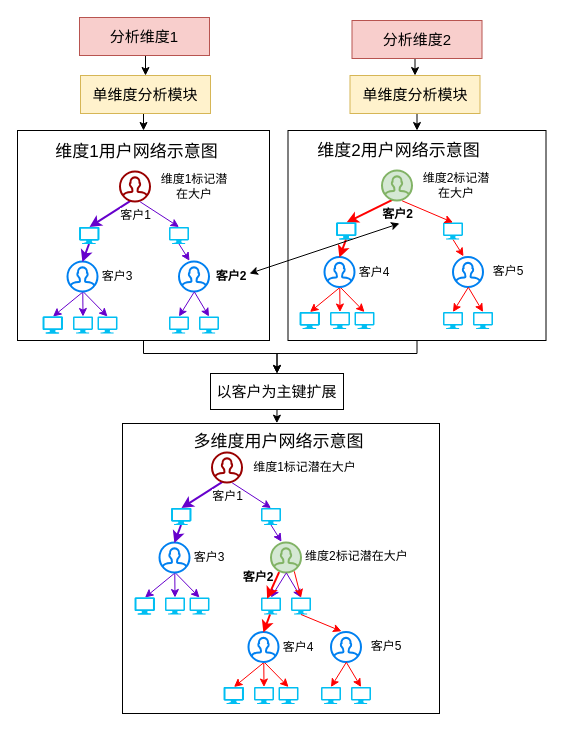
Before: page "多维度分析模块示意图" (4 of 4) of 大户模块和接口.drawio in 1009351456/Anonymous, a draw.io diagram. Source tidied: cells renumbered, new cells numbered last; positions are measured from the earlier drawing's top-left corner, leaving out a move shared by most shapes. Both pictures are drawn from the tidied source at 100%, with x=0, y=0 at pixel (17, 17).
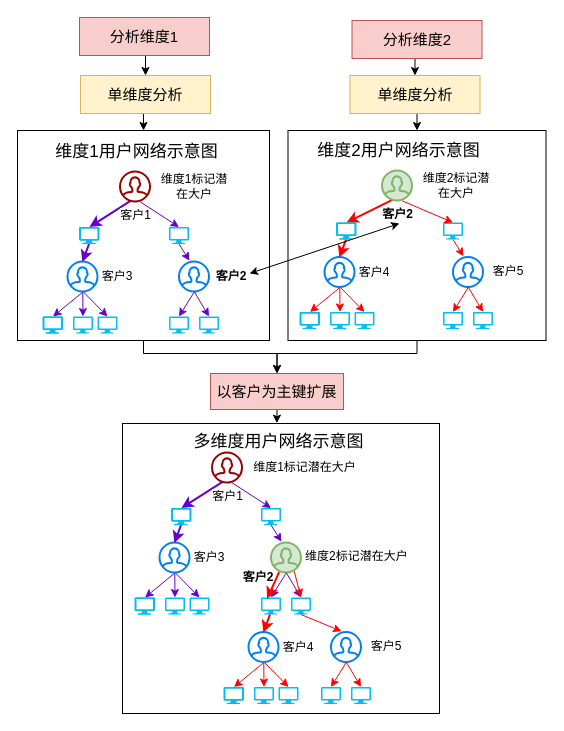
After the change.

Commit message:
Update 大户模块和接口.drawio

What changed in the source:
```diff
@@
-    <mxCell id="5" value="单维度分析模块" style="rounded=0;whiteSpace=wrap;html=1;fillColor=#fff2cc;strokeColor=#d6b656;fontSize=15;" parent="1" vertex="1">
+    <mxCell id="5" value="单维度分析" style="rounded=0;whiteSpace=wrap;html=1;fillColor=#fff2cc;strokeColor=#d6b656;fontSize=15;" parent="1" vertex="1">
       <mxGeometry x="63" y="58" width="130" height="38" as="geometry" />
     </mxCell>
@@
-    <mxCell id="34" value="单维度分析模块" style="rounded=0;whiteSpace=wrap;html=1;fillColor=#fff2cc;strokeColor=#d6b656;fontSize=15;" parent="1" vertex="1">
+    <mxCell id="34" value="单维度分析" style="rounded=0;whiteSpace=wrap;html=1;fillColor=#fff2cc;strokeColor=#d6b656;fontSize=15;" parent="1" vertex="1">
       <mxGeometry x="332.5" y="58" width="130" height="38" as="geometry" />
     </mxCell>
@@
-    <mxCell id="65" value="以客户为主键扩展&lt;br style=&quot;font-size: 15px;&quot;&gt;" style="rounded=0;whiteSpace=wrap;html=1;fontSize=15;" parent="1" vertex="1">
+    <mxCell id="65" value="以客户为主键扩展&lt;br style=&quot;font-size: 15px;&quot;&gt;" style="rounded=0;whiteSpace=wrap;html=1;fontSize=15;fillColor=#f8cecc;strokeColor=#b85450;" parent="1" vertex="1">
       <mxGeometry x="193" y="356" width="133" height="36" as="geometry" />
     </mxCell>
```
